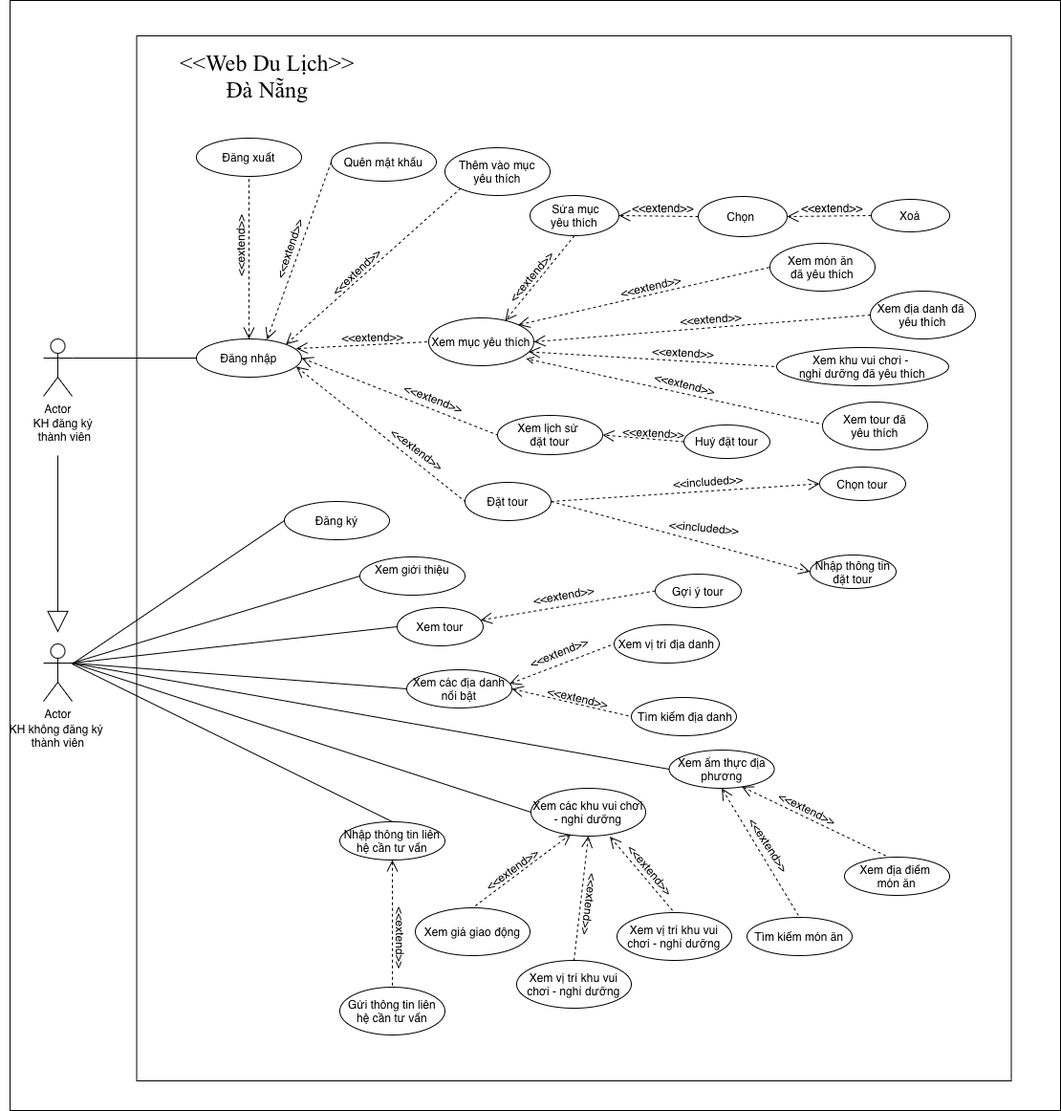
This is USE CASE DIAGRAM_CUS.drawio.png from MinhCaoPC/DOAN, a draw.io export, as it was before one commit. Source tidied: cells renumbered, new cells last; positions are measured from the earlier drawing's top-left corner, leaving out a move shared by most shapes.
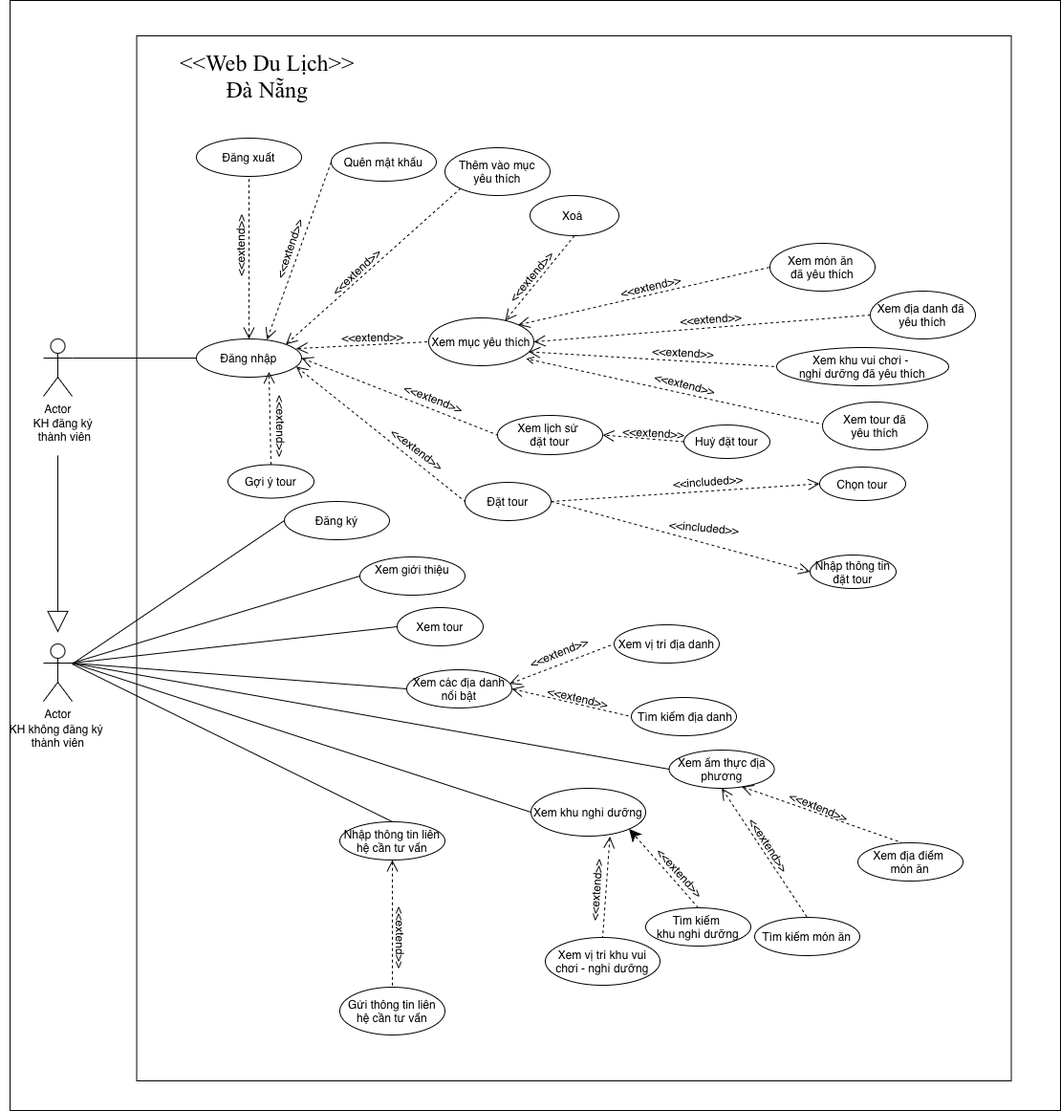
The same diagram one commit later.

Change to the diagram source:
```diff
@@ -23,16 +23,10 @@
     <mxCell id="8" value="Xem ẩm thực địa phương" style="ellipse;whiteSpace=wrap;html=1;direction=east;" parent="1" vertex="1">
       <mxGeometry x="699.6" y="784" width="110" height="40" as="geometry" />
     </mxCell>
-    <mxCell id="9" style="rounded=0;jettySize=auto;html=1;exitX=0.349;exitY=0.957;exitDx=0;exitDy=0;entryX=0.5;entryY=0;entryDx=0;entryDy=0;dashed=1;endArrow=none;endFill=0;endSize=10;startArrow=open;startFill=0;exitPerimeter=0;startSize=10;" parent="1" edge="1" source="12" target="25">
-      <mxGeometry relative="1" as="geometry" />
-    </mxCell>
     <mxCell id="10" style="rounded=0;jettySize=auto;html=1;exitX=0.688;exitY=1.012;exitDx=0;exitDy=0;entryX=0.5;entryY=0;entryDx=0;entryDy=0;dashed=1;endArrow=none;endFill=0;endSize=10;startArrow=open;startFill=0;exitPerimeter=0;startSize=10;" parent="1" edge="1" source="12" target="24">
       <mxGeometry relative="1" as="geometry" />
     </mxCell>
-    <mxCell id="11" style="rounded=0;jettySize=auto;html=1;exitX=0.5;exitY=1;exitDx=0;exitDy=0;entryX=0.5;entryY=0;entryDx=0;entryDy=0;dashed=1;endArrow=none;endFill=0;endSize=10;startArrow=open;startFill=0;startSize=10;" parent="1" edge="1" source="12" target="64">
-      <mxGeometry relative="1" as="geometry" />
-    </mxCell>
-    <mxCell id="12" value="Xem các khu vui chơi - nghỉ dưỡng" style="ellipse;whiteSpace=wrap;html=1;direction=east;" parent="1" vertex="1">
+    <mxCell id="12" value="Xem khu nghỉ dưỡng" style="ellipse;whiteSpace=wrap;html=1;direction=east;" parent="1" vertex="1">
       <mxGeometry x="555" y="824" width="120" height="50" as="geometry" />
     </mxCell>
     <mxCell id="13" style="rounded=0;jettySize=auto;html=1;exitX=1;exitY=0.5;exitDx=0;exitDy=0;entryX=0;entryY=0.5;entryDx=0;entryDy=0;dashed=1;endArrow=open;endFill=0;endSize=10;" parent="1" edge="1" source="15" target="45">
@@ -57,23 +51,20 @@
       <mxGeometry relative="1" as="geometry" />
     </mxCell>
     <mxCell id="20" value="Xem địa điểm&amp;nbsp;&lt;div&gt;món ăn&lt;/div&gt;" style="ellipse;whiteSpace=wrap;html=1;direction=east;" parent="1" vertex="1">
-      <mxGeometry x="883" y="896" width="110" height="40" as="geometry" />
+      <mxGeometry x="897" y="881" width="110" height="40" as="geometry" />
     </mxCell>
     <mxCell id="21" style="endArrow=none;html=1;rounded=0;exitX=0.69;exitY=0.955;exitDx=0;exitDy=0;entryX=0.417;entryY=-0.004;entryDx=0;entryDy=0;entryPerimeter=0;dashed=1;endFill=0;endSize=10;exitPerimeter=0;startArrow=open;startFill=0;startSize=10;" parent="1" edge="1" source="8" target="20">
       <mxGeometry relative="1" as="geometry" />
     </mxCell>
     <mxCell id="22" value="Tìm kiếm món ăn" style="ellipse;whiteSpace=wrap;html=1;direction=east;" parent="1" vertex="1">
-      <mxGeometry x="781" y="959" width="110" height="40" as="geometry" />
+      <mxGeometry x="789" y="959" width="110" height="40" as="geometry" />
     </mxCell>
     <mxCell id="23" style="endArrow=none;html=1;rounded=0;exitX=0.5;exitY=1;exitDx=0;exitDy=0;entryX=0.5;entryY=0;entryDx=0;entryDy=0;dashed=1;endFill=0;endSize=10;startArrow=open;startFill=0;startSize=10;" parent="1" edge="1" source="8" target="22">
       <mxGeometry relative="1" as="geometry" />
     </mxCell>
     <mxCell id="24" value="Xem vị trí khu vui chơi - nghỉ dưỡng" style="ellipse;whiteSpace=wrap;html=1;direction=east;" parent="1" vertex="1">
-      <mxGeometry x="645" y="954" width="120" height="50" as="geometry" />
+      <mxGeometry x="570" y="980" width="120" height="50" as="geometry" />
     </mxCell>
-    <mxCell id="25" value="Xem giá giao động" style="ellipse;whiteSpace=wrap;html=1;direction=east;" parent="1" vertex="1">
-      <mxGeometry x="434" y="949" width="120" height="50" as="geometry" />
-    </mxCell>
     <mxCell id="26" style="rounded=0;jettySize=auto;html=1;exitX=1;exitY=0.3333333333333333;exitDx=0;exitDy=0;exitPerimeter=0;entryX=0;entryY=0.5;entryDx=0;entryDy=0;jumpStyle=arc;jumpSize=12;fillColor=#60a917;strokeColor=default;endArrow=none;endFill=0;" parent="1" edge="1" source="32" target="6">
       <mxGeometry relative="1" as="geometry" />
     </mxCell>
@@ -198,9 +189,6 @@
     <mxCell id="63" value="Thêm vào mục&lt;div&gt;yêu thích&lt;/div&gt;" style="ellipse;whiteSpace=wrap;html=1;direction=east;" parent="1" vertex="1">
       <mxGeometry x="465" y="154" width="110" height="50" as="geometry" />
     </mxCell>
-    <mxCell id="64" value="Xem vị trí khu vui chơi - nghỉ dưỡng" style="ellipse;whiteSpace=wrap;html=1;direction=east;" parent="1" vertex="1">
-      <mxGeometry x="540" y="1004" width="120" height="50" as="geometry" />
-    </mxCell>
     <mxCell id="65" style="edgeStyle=orthogonalEdgeStyle;rounded=0;orthogonalLoop=1;jettySize=auto;html=1;exitX=0.5;exitY=1;exitDx=0;exitDy=0;" parent="1" edge="1" source="49" target="49">
       <mxGeometry relative="1" as="geometry" />
     </mxCell>
@@ -237,11 +225,11 @@
     <mxCell id="76" value="&amp;lt;&amp;lt;extend&amp;gt;&amp;gt;" style="text;html=1;align=center;verticalAlign=middle;strokeColor=none;fillColor=none;rotation=3;" parent="1" vertex="1">
       <mxGeometry x="673" y="355" width="82" height="26" as="geometry" />
     </mxCell>
-    <mxCell id="77" value="&amp;lt;&amp;lt;extend&amp;gt;&amp;gt;" style="text;html=1;align=center;verticalAlign=middle;strokeColor=none;fillColor=none;rotation=26;" parent="1" vertex="1">
-      <mxGeometry x="803" y="832" width="82" height="26" as="geometry" />
+    <mxCell id="77" value="&amp;lt;&amp;lt;extend&amp;gt;&amp;gt;" style="text;html=1;align=center;verticalAlign=middle;strokeColor=none;fillColor=none;rotation=22;" parent="1" vertex="1">
+      <mxGeometry x="815" y="830" width="82" height="26" as="geometry" />
     </mxCell>
-    <mxCell id="78" value="&amp;lt;&amp;lt;extend&amp;gt;&amp;gt;" style="text;html=1;align=center;verticalAlign=middle;strokeColor=none;fillColor=none;rotation=50;" parent="1" vertex="1">
-      <mxGeometry x="639" y="896" width="82" height="26" as="geometry" />
+    <mxCell id="78" value="&amp;lt;&amp;lt;extend&amp;gt;&amp;gt;" style="text;html=1;align=center;verticalAlign=middle;strokeColor=none;fillColor=none;rotation=274;" parent="1" vertex="1">
+      <mxGeometry x="582" y="918" width="82" height="26" as="geometry" />
     </mxCell>
     <mxCell id="79" value="&amp;lt;&amp;lt;extend&amp;gt;&amp;gt;" style="text;html=1;align=center;verticalAlign=middle;strokeColor=none;fillColor=none;rotation=13;" parent="1" vertex="1">
       <mxGeometry x="563" y="716" width="82" height="26" as="geometry" />
@@ -249,48 +237,24 @@
     <mxCell id="80" value="&amp;lt;&amp;lt;extend&amp;gt;&amp;gt;" style="text;html=1;align=center;verticalAlign=middle;strokeColor=none;fillColor=none;rotation=338;" parent="1" vertex="1">
       <mxGeometry x="543" y="669" width="82" height="26" as="geometry" />
     </mxCell>
-    <mxCell id="81" value="&amp;lt;&amp;lt;extend&amp;gt;&amp;gt;" style="text;html=1;align=center;verticalAlign=middle;strokeColor=none;fillColor=none;rotation=97;" parent="1" vertex="1">
-      <mxGeometry x="576" y="932" width="82" height="26" as="geometry" />
-    </mxCell>
     <mxCell id="82" value="&amp;lt;&amp;lt;extend&amp;gt;&amp;gt;" style="text;html=1;align=center;verticalAlign=middle;strokeColor=none;fillColor=none;rotation=57;" parent="1" vertex="1">
       <mxGeometry x="763" y="870" width="82" height="26" as="geometry" />
     </mxCell>
-    <mxCell id="83" value="&amp;lt;&amp;lt;extend&amp;gt;&amp;gt;" style="text;html=1;align=center;verticalAlign=middle;strokeColor=none;fillColor=none;rotation=324;" parent="1" vertex="1">
-      <mxGeometry x="494" y="896" width="82" height="26" as="geometry" />
-    </mxCell>
     <mxCell id="84" value="&amp;lt;&amp;lt;extend&amp;gt;&amp;gt;" style="text;html=1;align=center;verticalAlign=middle;strokeColor=none;fillColor=none;rotation=90;" parent="1" vertex="1">
       <mxGeometry x="378" y="967" width="82" height="26" as="geometry" />
     </mxCell>
     <mxCell id="85" value="Xem tour" style="ellipse;whiteSpace=wrap;html=1;direction=east;" parent="1" vertex="1">
       <mxGeometry x="415" y="635" width="90" height="40" as="geometry" />
     </mxCell>
-    <mxCell id="86" value="&amp;nbsp;Sửa mục&lt;div&gt;yêu thích&lt;/div&gt;" style="ellipse;whiteSpace=wrap;html=1;direction=east;" parent="1" vertex="1">
+    <mxCell id="86" value="Xoá&amp;nbsp;" style="ellipse;whiteSpace=wrap;html=1;direction=east;" parent="1" vertex="1">
       <mxGeometry x="554" y="204" width="93" height="42" as="geometry" />
     </mxCell>
-    <mxCell id="87" style="rounded=0;jettySize=auto;html=1;exitX=0;exitY=0.5;exitDx=0;exitDy=0;entryX=1;entryY=0.5;entryDx=0;entryDy=0;dashed=1;endSize=10;endArrow=open;endFill=0;" parent="1" edge="1" source="88" target="91">
-      <mxGeometry relative="1" as="geometry" />
-    </mxCell>
-    <mxCell id="88" value="Xoá" style="ellipse;whiteSpace=wrap;html=1;direction=east;" parent="1" vertex="1">
-      <mxGeometry x="911" y="208" width="82" height="34" as="geometry" />
-    </mxCell>
     <mxCell id="89" style="rounded=0;jettySize=auto;html=1;exitX=0.5;exitY=1;exitDx=0;exitDy=0;entryX=0.727;entryY=0.06;entryDx=0;entryDy=0;entryPerimeter=0;endArrow=open;endFill=0;endSize=10;dashed=1;" parent="1" edge="1" source="86" target="55">
       <mxGeometry relative="1" as="geometry" />
     </mxCell>
-    <mxCell id="90" style="rounded=0;jettySize=auto;html=1;exitX=0;exitY=0.5;exitDx=0;exitDy=0;entryX=1;entryY=0.5;entryDx=0;entryDy=0;dashed=1;endArrow=open;endFill=0;endSize=10;" parent="1" edge="1" source="91" target="86">
-      <mxGeometry relative="1" as="geometry" />
-    </mxCell>
-    <mxCell id="91" value="Chọn&amp;nbsp;" style="ellipse;whiteSpace=wrap;html=1;direction=east;" parent="1" vertex="1">
-      <mxGeometry x="730" y="205" width="93" height="42" as="geometry" />
-    </mxCell>
     <mxCell id="92" value="&amp;lt;&amp;lt;extend&amp;gt;&amp;gt;" style="text;html=1;align=center;verticalAlign=middle;strokeColor=none;fillColor=none;rotation=310;" parent="1" vertex="1">
       <mxGeometry x="514" y="276" width="82" height="26" as="geometry" />
     </mxCell>
-    <mxCell id="93" value="&amp;lt;&amp;lt;extend&amp;gt;&amp;gt;" style="text;html=1;align=center;verticalAlign=middle;strokeColor=none;fillColor=none;rotation=0;" parent="1" vertex="1">
-      <mxGeometry x="652" y="204" width="82" height="26" as="geometry" />
-    </mxCell>
-    <mxCell id="94" value="&amp;lt;&amp;lt;extend&amp;gt;&amp;gt;" style="text;html=1;align=center;verticalAlign=middle;strokeColor=none;fillColor=none;rotation=0;" parent="1" vertex="1">
-      <mxGeometry x="829" y="204" width="82" height="26" as="geometry" />
-    </mxCell>
     <mxCell id="95" style="edgeStyle=orthogonalEdgeStyle;rounded=0;orthogonalLoop=1;jettySize=auto;html=1;exitX=0.5;exitY=1;exitDx=0;exitDy=0;" parent="1" edge="1">
       <mxGeometry relative="1" as="geometry">
         <mxPoint x="466" y="1112" as="sourcePoint" />
@@ -309,14 +273,14 @@
     <mxCell id="98" value="&amp;lt;&amp;lt;extend&amp;gt;&amp;gt;" style="text;html=1;align=center;verticalAlign=middle;strokeColor=none;fillColor=none;rotation=14;" parent="1" vertex="1">
       <mxGeometry x="675" y="388" width="82" height="26" as="geometry" />
     </mxCell>
-    <mxCell id="99" style="rounded=0;jettySize=auto;html=1;exitX=0;exitY=0.5;exitDx=0;exitDy=0;endArrow=open;endFill=0;dashed=1;endSize=10;" parent="1" edge="1" source="100" target="85">
+    <mxCell id="99" style="rounded=0;jettySize=auto;html=1;exitX=0.5;exitY=0;exitDx=0;exitDy=0;endArrow=open;endFill=0;dashed=1;endSize=10;entryX=0.69;entryY=0.863;entryDx=0;entryDy=0;entryPerimeter=0;" parent="1" edge="1" source="100" target="39">
       <mxGeometry relative="1" as="geometry" />
     </mxCell>
     <mxCell id="100" value="Gợi ý tour" style="ellipse;whiteSpace=wrap;html=1;direction=east;" parent="1" vertex="1">
-      <mxGeometry x="685" y="600" width="90" height="35" as="geometry" />
+      <mxGeometry x="238" y="485.5" width="90" height="35" as="geometry" />
     </mxCell>
-    <mxCell id="101" value="&amp;lt;&amp;lt;extend&amp;gt;&amp;gt;" style="text;html=1;align=center;verticalAlign=middle;strokeColor=none;fillColor=none;rotation=350;" parent="1" vertex="1">
-      <mxGeometry x="548" y="609" width="82" height="26" as="geometry" />
+    <mxCell id="101" value="&amp;lt;&amp;lt;extend&amp;gt;&amp;gt;" style="text;html=1;align=center;verticalAlign=middle;strokeColor=none;fillColor=none;rotation=90;" parent="1" vertex="1">
+      <mxGeometry x="253" y="432" width="82" height="26" as="geometry" />
     </mxCell>
     <mxCell id="102" style="rounded=0;jettySize=auto;html=1;exitX=0;exitY=0.5;exitDx=0;exitDy=0;entryX=1;entryY=0.5;entryDx=0;entryDy=0;dashed=1;endArrow=open;endFill=0;endSize=10;" parent="1" edge="1" source="103" target="56">
       <mxGeometry relative="1" as="geometry" />
@@ -327,5 +291,14 @@
     <mxCell id="104" value="&amp;lt;&amp;lt;extend&amp;gt;&amp;gt;" style="text;html=1;align=center;verticalAlign=middle;strokeColor=none;fillColor=none;rotation=3;" parent="1" vertex="1">
       <mxGeometry x="642" y="439" width="82" height="26" as="geometry" />
     </mxCell>
+    <mxCell id="105" style="rounded=0;jettySize=auto;html=1;exitX=0.5;exitY=0;exitDx=0;exitDy=0;entryX=1;entryY=1;entryDx=0;entryDy=0;dashed=1;endSize=10;" parent="1" edge="1" source="106" target="12">
+      <mxGeometry relative="1" as="geometry" />
+    </mxCell>
+    <mxCell id="106" value="Tìm kiếm&amp;nbsp;&lt;div&gt;khu nghỉ dưỡng&lt;/div&gt;" style="ellipse;whiteSpace=wrap;html=1;direction=east;" parent="1" vertex="1">
+      <mxGeometry x="675" y="949" width="110" height="40" as="geometry" />
+    </mxCell>
+    <mxCell id="107" value="&amp;lt;&amp;lt;extend&amp;gt;&amp;gt;" style="text;html=1;align=center;verticalAlign=middle;strokeColor=none;fillColor=none;rotation=48;" parent="1" vertex="1">
+      <mxGeometry x="670" y="899" width="82" height="26" as="geometry" />
+    </mxCell>
   </root>
 </mxGraphModel>
```
